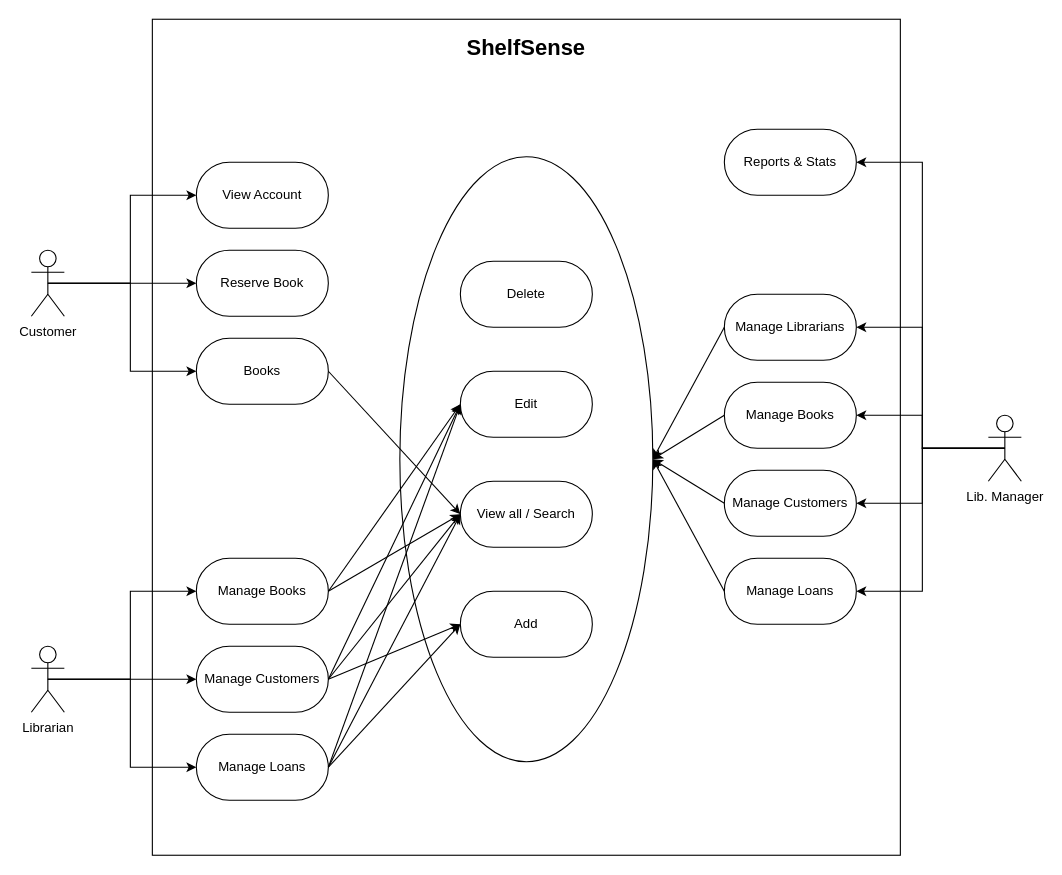
Before: Documentation/Requirements/UseCaseDiagram.drawio in YazeedMo/ShelfSense, a draw.io diagram. Source tidied: cells renumbered, new cells numbered last; positions are measured from the earlier drawing's top-left corner, leaving out a move shared by most shapes. Both pictures are drawn from the tidied source at 110%, with x=0, y=0 at pixel (31, 19).
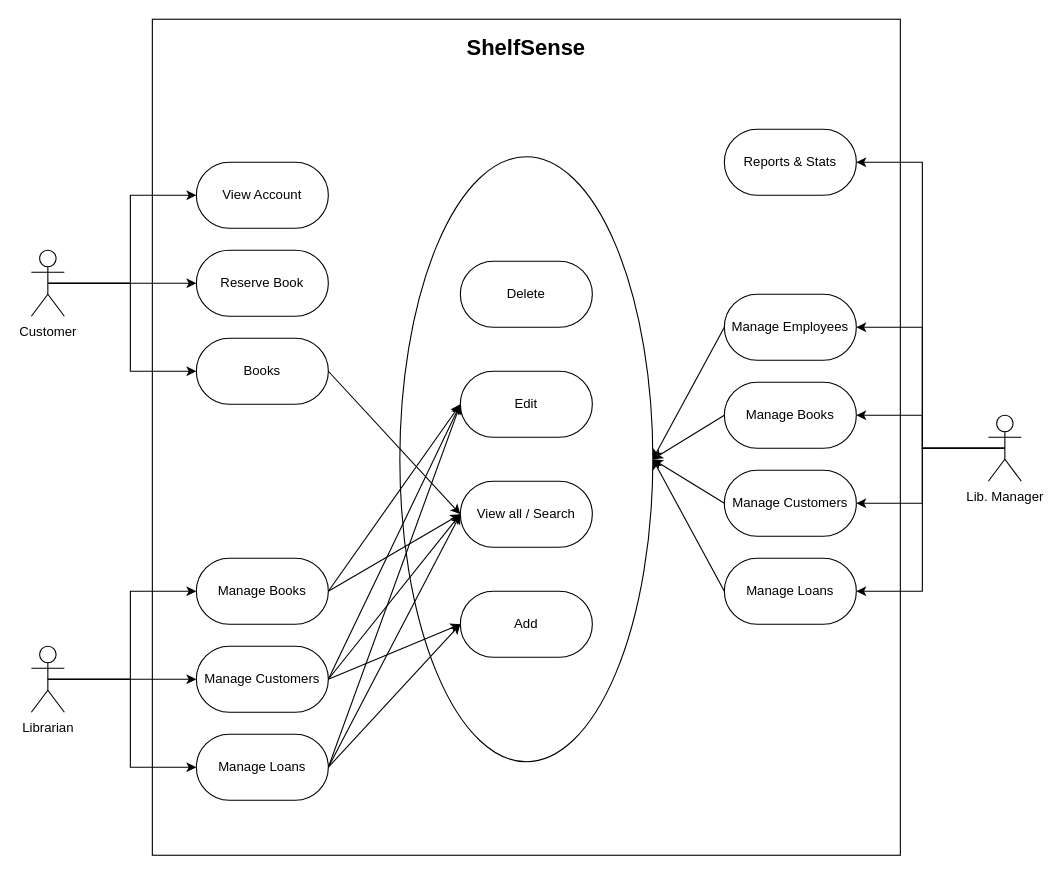
Above is the later version.

Change to the diagram source:
```diff
@@
-    <mxCell id="19" value="Manage Librarians" style="rounded=1;whiteSpace=wrap;html=1;arcSize=50;" parent="1" vertex="1">
+    <mxCell id="19" value="Manage Employees" style="rounded=1;whiteSpace=wrap;html=1;arcSize=50;" parent="1" vertex="1">
       <mxGeometry x="630" y="250" width="120" height="60" as="geometry" />
     </mxCell>
```
